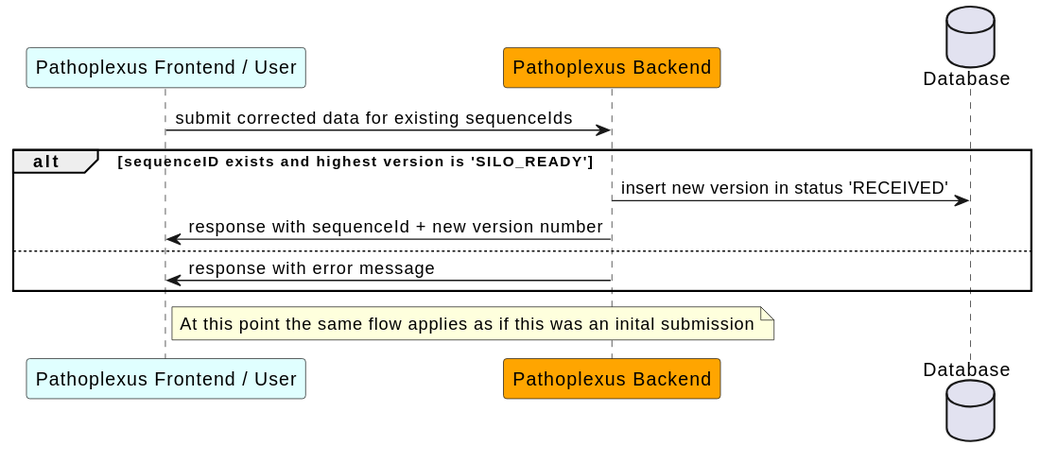
loculus-project/loculus keeps this PlantUML diagram as backend/docs/plantuml/sequenceRevision.svg. Above is the earlier version.
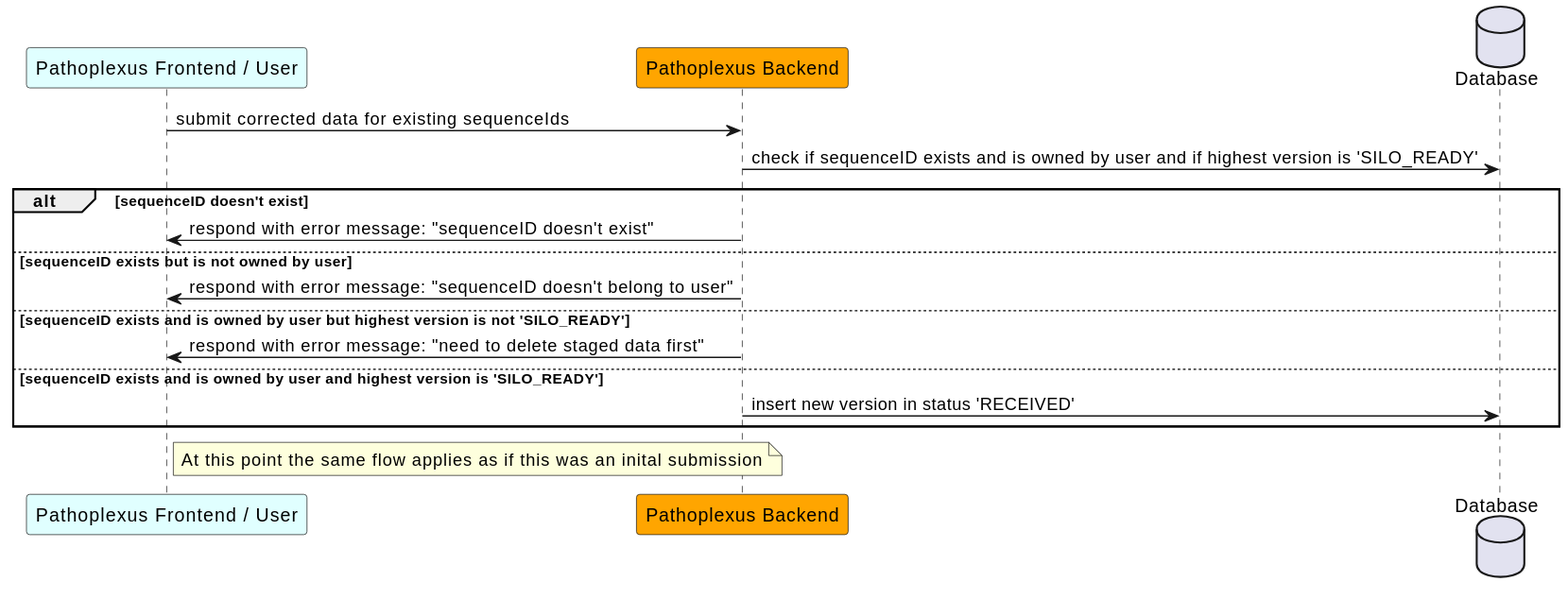
Later version of the same file.

Commit message:
doc(backend): propose simpler submission flow

What changed in the source:
```diff
@@ -6,11 +6,15 @@
 
     frontend -> backend: submit corrected data for existing sequenceIds
 
-    alt sequenceID exists and highest version is 'SILO_READY'
+    backend -> DB: check if sequenceID exists and is owned by user and if highest version is 'SILO_READY'
+    alt sequenceID doesn't exist
+        backend -> frontend: respond with error message: "sequenceID doesn't exist"
+    else sequenceID exists but is not owned by user
+        backend -> frontend: respond with error message: "sequenceID doesn't belong to user"
+    else sequenceID exists and is owned by user but highest version is not 'SILO_READY'
+        backend -> frontend: respond with error message: "need to delete staged data first"
+    else sequenceID exists and is owned by user and highest version is 'SILO_READY'
         backend -> DB: insert new version in status 'RECEIVED'
-    backend -> frontend: response with sequenceId + new version number
-    else
-        backend -> frontend: response with error message
     end
 
     note right of frontend
```
